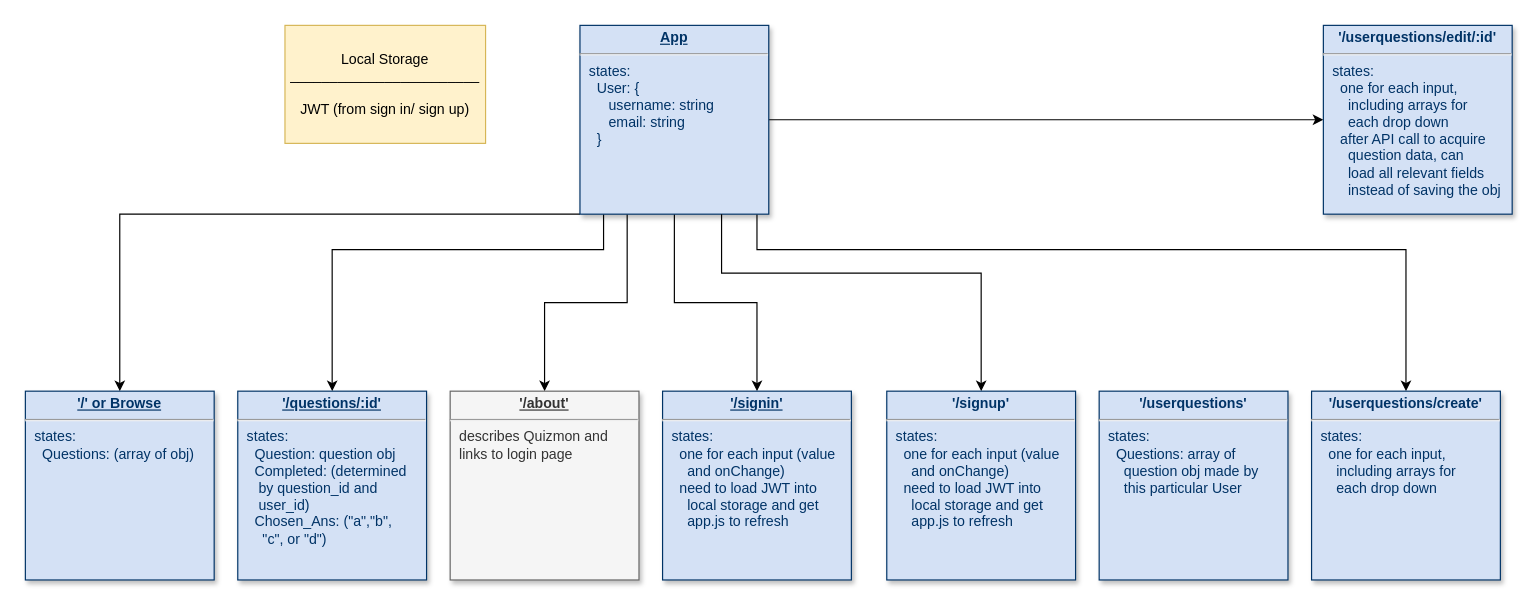
drewhsu86/Quizmon keeps this draw.io diagram as quizmon-component-hierarchy.drawio. Above is the earlier version. Source tidied: cells renumbered, new cells numbered last; positions are measured from the earlier drawing's top-left corner, leaving out a move shared by most shapes. Both pictures are drawn from the tidied source at 118%, with x=0, y=0 at pixel (25, 25).
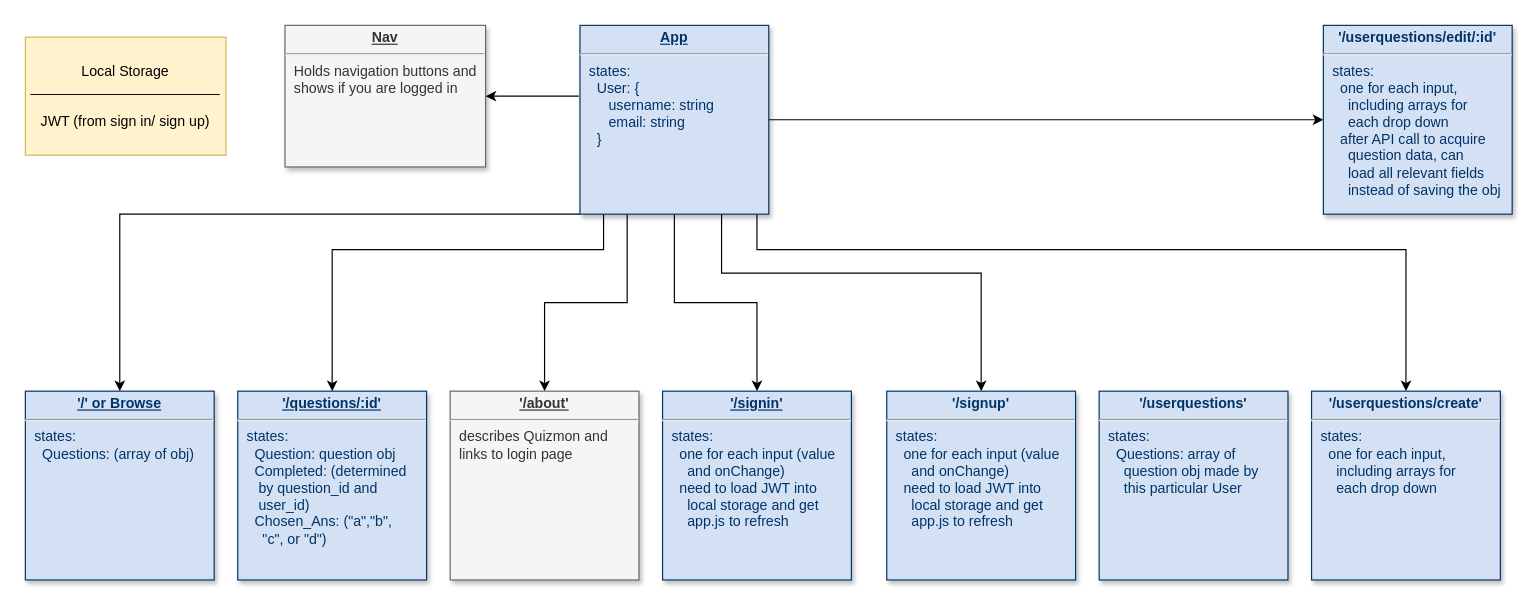
The same page after the edit.

Commit message:
updated comp hier

Unchanged cells that the change refers to:
```xml
<mxCell id="8" value="&lt;p style=&quot;margin: 0px ; margin-top: 4px ; text-align: center ; text-decoration: underline&quot;&gt;&lt;strong&gt;App&lt;/strong&gt;&lt;/p&gt;&lt;hr&gt;&lt;p style=&quot;margin: 0px ; margin-left: 8px&quot;&gt;states:&lt;/p&gt;&lt;p style=&quot;margin: 0px ; margin-left: 8px&quot;&gt;&amp;nbsp; User: {&lt;/p&gt;&lt;p style=&quot;margin: 0px ; margin-left: 8px&quot;&gt;&amp;nbsp; &amp;nbsp; &amp;nbsp;username: string&amp;nbsp;&lt;/p&gt;&lt;p style=&quot;margin: 0px ; margin-left: 8px&quot;&gt;&amp;nbsp; &amp;nbsp; &amp;nbsp;email: string&amp;nbsp;&lt;/p&gt;&lt;p style=&quot;margin: 0px ; margin-left: 8px&quot;&gt;&amp;nbsp; }&lt;/p&gt;" style="verticalAlign=top;align=left;overflow=fill;fontSize=12;fontFamily=Helvetica;html=1;strokeColor=#003366;shadow=1;fillColor=#D4E1F5;fontColor=#003366;" parent="1" vertex="1">
  <mxGeometry x="470" width="160" height="160" as="geometry" />
</mxCell>
```

Diff of the diagram source:
```diff
@@
+    <mxCell id="19" style="edgeStyle=orthogonalEdgeStyle;rounded=0;jettySize=auto;html=1;exitX=-0.006;exitY=0.375;exitDx=0;exitDy=0;exitPerimeter=0;" parent="1" edge="1" source="8" target="20">
+      <mxGeometry relative="1" as="geometry" />
+    </mxCell>
@@
     <mxCell id="10" value="Local Storage&lt;br&gt;________________________&lt;br&gt;&lt;br&gt;JWT (from sign in/ sign up)" style="rounded=0;whiteSpace=wrap;html=1;fillColor=#fff2cc;strokeColor=#d6b656;" parent="1" vertex="1">
-      <mxGeometry x="220" width="170" height="100" as="geometry" />
+      <mxGeometry y="10" width="170" height="100" as="geometry" />
     </mxCell>
@@
+    <mxCell id="20" value="&lt;p style=&quot;margin: 0px ; margin-top: 4px ; text-align: center ; text-decoration: underline&quot;&gt;&lt;b&gt;Nav&lt;/b&gt;&lt;/p&gt;&lt;hr&gt;&lt;p style=&quot;margin: 0px ; margin-left: 8px&quot;&gt;Holds navigation buttons and&lt;/p&gt;&lt;p style=&quot;margin: 0px ; margin-left: 8px&quot;&gt;shows if you are logged in&lt;/p&gt;" style="verticalAlign=top;align=left;overflow=fill;fontSize=12;fontFamily=Helvetica;html=1;strokeColor=#666666;shadow=1;fillColor=#f5f5f5;fontColor=#333333;" parent="1" vertex="1">
+      <mxGeometry x="220" width="170" height="120" as="geometry" />
+    </mxCell>
```
